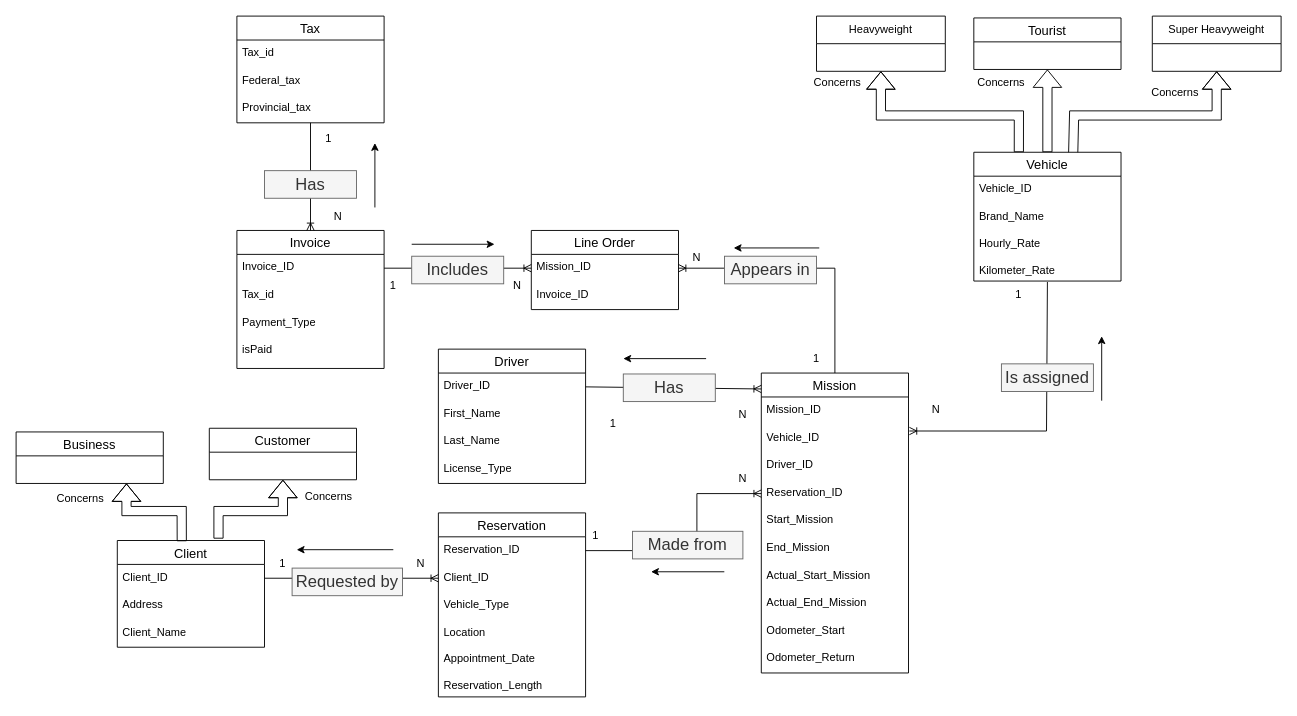
The draw.io diagram project_conceptual_new.drawio in Mishtec/Comp-Project, before the edit. Source tidied: cells renumbered, new cells numbered last; positions are measured from the earlier drawing's top-left corner, leaving out a move shared by most shapes. Both pictures are drawn from the tidied source at 92%, with x=0, y=0 at pixel (16, 16).
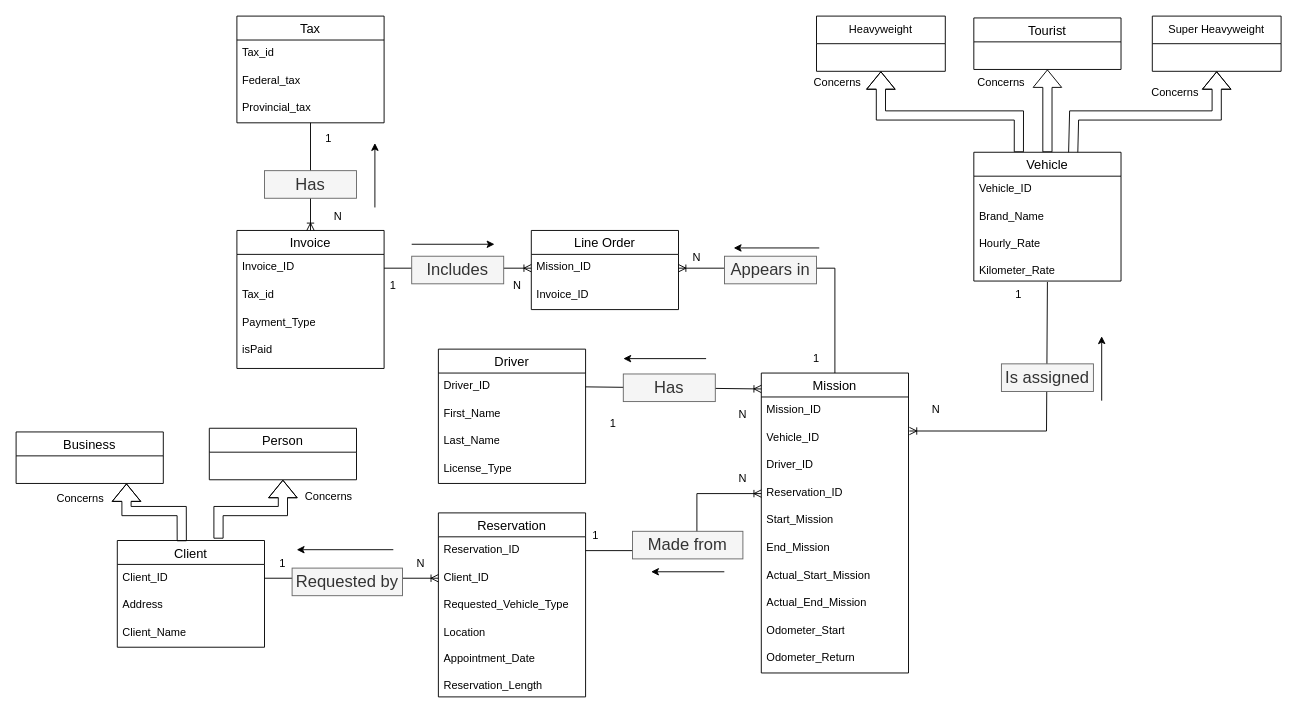
Above is the later version.

Commit message:
Renamed Customer table to Person table

The change refers to these unchanged cells:
```xml
<mxCell id="40" value="Reservation" style="swimlane;fontStyle=0;horizontal=1;startSize=26;align=center;fontSize=14;" parent="1" vertex="1">
  <mxGeometry x="459" y="540" width="160" height="200" as="geometry" />
</mxCell>
```

The edit, as a diff of the source:
```diff
@@
-    <mxCell id="23" value="Customer" style="swimlane;fontStyle=0;horizontal=1;startSize=26;align=center;fontSize=14;" parent="1" vertex="1">
+    <mxCell id="23" value="Person" style="swimlane;fontStyle=0;horizontal=1;startSize=26;align=center;fontSize=14;" parent="1" vertex="1">
       <mxGeometry x="210" y="448" width="160" height="56" as="geometry" />
     </mxCell>
@@
-    <mxCell id="43" value="Vehicle_Type" style="text;strokeColor=none;fillColor=none;spacingLeft=4;spacingRight=4;overflow=hidden;fontSize=12;whiteSpace=wrap;html=1;" parent="40" vertex="1">
+    <mxCell id="43" value="Requested_Vehicle_Type" style="text;strokeColor=none;fillColor=none;spacingLeft=4;spacingRight=4;overflow=hidden;fontSize=12;whiteSpace=wrap;html=1;" parent="40" vertex="1">
       <mxGeometry y="86" width="160" height="30" as="geometry" />
     </mxCell>
```
